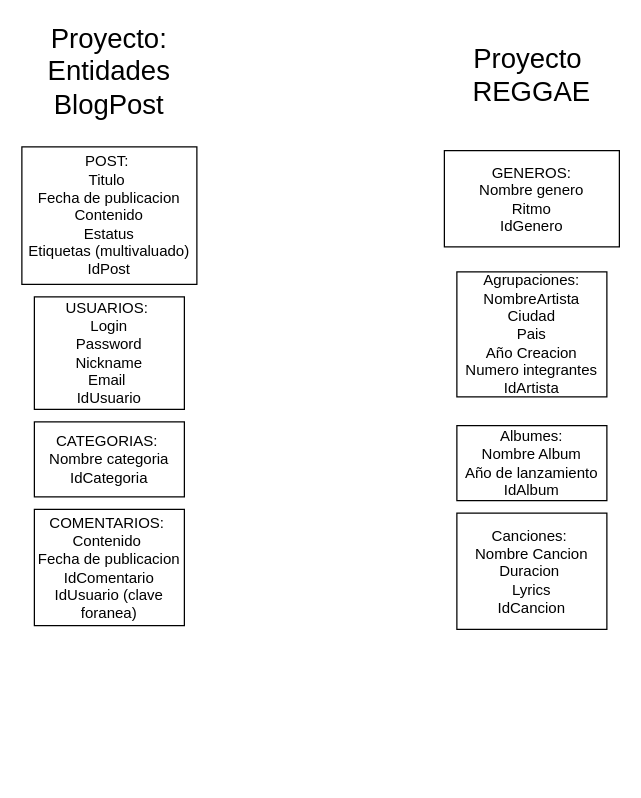
The draw.io diagram page "Inicio_Proyecto" (1 of 3) of fundamentos_BD.drawio in Juxxsrck/fundamentos_BD_Platzi, before the edit. Source tidied: cells renumbered, new cells numbered last; positions are measured from the earlier drawing's top-left corner, leaving out a move shared by most shapes. Both pictures are drawn from the tidied source at 125%, with x=0, y=0 at pixel (21, 21).
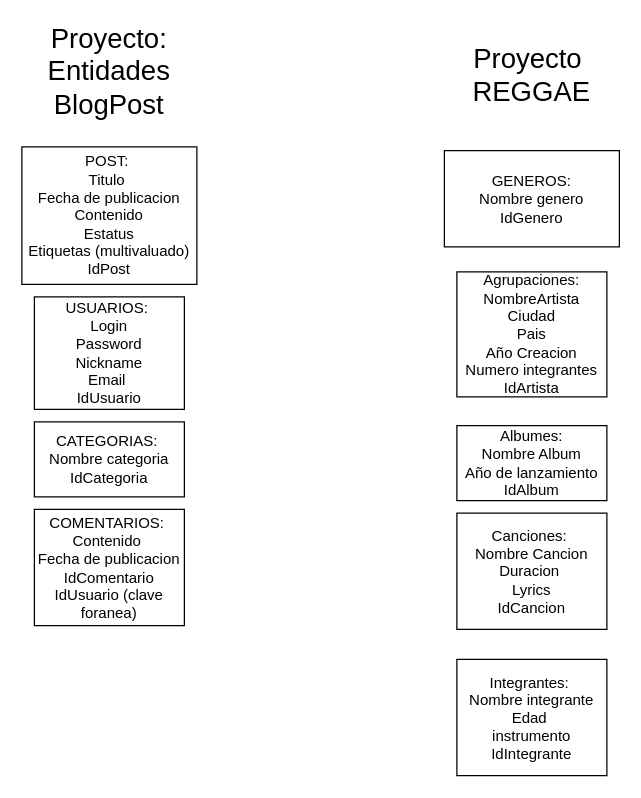
The same diagram, later.

Diff of the diagram source:
```diff
@@
 <mxGraphModel>
   <root>
     <mxCell id="0" />
     <mxCell id="1" parent="0" />
     <mxCell id="2" value="Proyecto:&lt;br style=&quot;font-size: 22px;&quot;&gt;Entidades&lt;br style=&quot;font-size: 22px;&quot;&gt;BlogPost" style="text;html=1;strokeColor=none;fillColor=none;align=center;verticalAlign=middle;whiteSpace=wrap;rounded=0;fontSize=22;" parent="1" vertex="1">
       <mxGeometry x="15" width="110" height="80" as="geometry" />
     </mxCell>
     <mxCell id="3" value="POST:&amp;nbsp;&lt;br&gt;Titulo&amp;nbsp;&lt;br&gt;Fecha de publicacion&lt;br&gt;Contenido&lt;br&gt;Estatus&lt;br&gt;Etiquetas (multivaluado)&lt;br&gt;IdPost" style="rounded=0;whiteSpace=wrap;html=1;" parent="1" vertex="1">
       <mxGeometry y="100" width="140" height="110" as="geometry" />
     </mxCell>
     <mxCell id="4" value="USUARIOS:&amp;nbsp;&lt;br&gt;Login&lt;br&gt;Password&lt;br&gt;Nickname&lt;br&gt;Email&amp;nbsp;&lt;br&gt;IdUsuario" style="rounded=0;whiteSpace=wrap;html=1;" parent="1" vertex="1">
       <mxGeometry x="10" y="220" width="120" height="90" as="geometry" />
     </mxCell>
     <mxCell id="5" value="CATEGORIAS:&amp;nbsp;&lt;br&gt;Nombre categoria&lt;br&gt;IdCategoria" style="rounded=0;whiteSpace=wrap;html=1;" parent="1" vertex="1">
       <mxGeometry x="10" y="320" width="120" height="60" as="geometry" />
     </mxCell>
     <mxCell id="6" value="COMENTARIOS:&amp;nbsp;&lt;br&gt;Contenido&amp;nbsp;&lt;br&gt;Fecha de publicacion&lt;br&gt;IdComentario&lt;br&gt;IdUsuario (clave foranea)" style="rounded=0;whiteSpace=wrap;html=1;" parent="1" vertex="1">
       <mxGeometry x="10" y="390" width="120" height="93" as="geometry" />
     </mxCell>
     <mxCell id="7" value="Proyecto&amp;nbsp;&lt;br&gt;REGGAE" style="text;html=1;strokeColor=none;fillColor=none;align=center;verticalAlign=middle;whiteSpace=wrap;rounded=0;fontSize=22;" parent="1" vertex="1">
       <mxGeometry x="353" y="3" width="110" height="80" as="geometry" />
     </mxCell>
-    <mxCell id="8" value="GENEROS:&lt;br&gt;Nombre genero&lt;br&gt;Ritmo&lt;br&gt;IdGenero" style="rounded=0;whiteSpace=wrap;html=1;" parent="1" vertex="1">
+    <mxCell id="8" value="GENEROS:&lt;br&gt;Nombre genero&lt;br&gt;IdGenero" style="rounded=0;whiteSpace=wrap;html=1;" parent="1" vertex="1">
       <mxGeometry x="338" y="103" width="140" height="77" as="geometry" />
     </mxCell>
     <mxCell id="9" value="Agrupaciones:&lt;br&gt;NombreArtista&lt;br&gt;Ciudad&lt;br&gt;Pais&lt;br&gt;Año Creacion&lt;br&gt;Numero integrantes&lt;br&gt;IdArtista" style="rounded=0;whiteSpace=wrap;html=1;" parent="1" vertex="1">
       <mxGeometry x="348" y="200" width="120" height="100" as="geometry" />
     </mxCell>
     <mxCell id="10" value="Albumes:&lt;br&gt;Nombre Album&lt;br&gt;Año de lanzamiento&lt;br&gt;IdAlbum" style="rounded=0;whiteSpace=wrap;html=1;" parent="1" vertex="1">
       <mxGeometry x="348" y="323" width="120" height="60" as="geometry" />
     </mxCell>
     <mxCell id="11" value="Canciones:&amp;nbsp;&lt;br&gt;Nombre Cancion&lt;br&gt;Duracion&amp;nbsp;&lt;br&gt;Lyrics&lt;br&gt;IdCancion" style="rounded=0;whiteSpace=wrap;html=1;" parent="1" vertex="1">
       <mxGeometry x="348" y="393" width="120" height="93" as="geometry" />
     </mxCell>
+    <mxCell id="12" value="Integrantes:&amp;nbsp;&lt;br&gt;Nombre integrante&lt;br&gt;Edad&amp;nbsp;&lt;br&gt;instrumento&lt;br&gt;IdIntegrante" style="rounded=0;whiteSpace=wrap;html=1;" parent="1" vertex="1">
+      <mxGeometry x="348" y="510" width="120" height="93" as="geometry" />
+    </mxCell>
   </root>
 </mxGraphModel>
```
